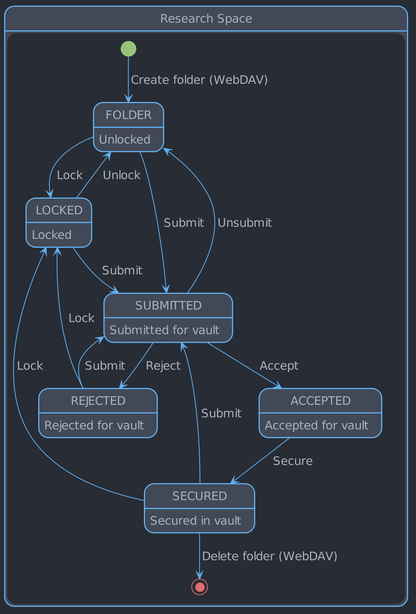
Before: docs/design/overview/img/research/research-space-state-diagram.png, a diagram exported from PlantUML (UtrechtUniversity/yoda).
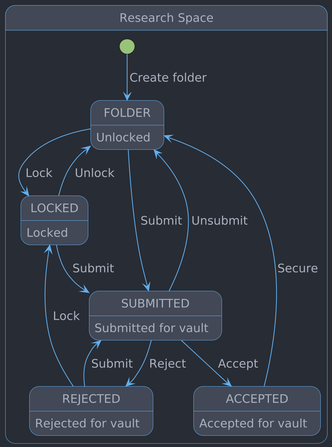
Later version of the same file.

Commit message:
YDA-5842 - Update state and sequence diagrams for research space

What changed in the source:
```diff
@@ -1,164 +1,171 @@
 @startuml
+!$color_bg       = "#282c34"
+!$color_bg_light = "#424856"
 
+!$color_fg       = "#abb2bf"
 
+!$color_red      = "#e06c75"
+!$color_green    = "#98c379"
+!$color_yellow   = "#e5c07b"
+!$color_blue     = "#61afef"
+!$color_purple   = "#c678dd"
 
+!$color_primary  = $color_blue
 
-
-skinparam backgroundColor #282c34
+skinparam backgroundColor $color_bg
 
 skinparam {
-  ActivityBackgroundColor        #424856
-  ActivityBarColor               #abb2bf
-  ActivityBorderColor            #61afef
+  ActivityBackgroundColor        $color_bg_light
+  ActivityBarColor               $color_fg
+  ActivityBorderColor            $color_primary
 
-  ActivityDiamondBackgroundColor #424856
-  ActivityDiamondBorderColor     #61afef
+  ActivityDiamondBackgroundColor $color_bg_light
+  ActivityDiamondBorderColor     $color_primary
 
-  ActivityEndColor               #e06c75
+  ActivityEndColor               $color_red
 
-  ActivityStartColor             #98c379
-  ActivityStopColor              #e06c75
+  ActivityStartColor             $color_green
+  ActivityStopColor              $color_red
 
-  ActorBackgroundColor        #424856
-  ActorBorderColor            #61afef
+  ActorBackgroundColor        $color_bg_light
+  ActorBorderColor            $color_primary
 
-  ActorStereotypeFontColor    #abb2bf
+  ActorStereotypeFontColor    $color_fg
 
-  AgentBackgroundColor       #424856
-  AgentBorderColor           #61afef
+  AgentBackgroundColor       $color_bg_light
+  AgentBorderColor           $color_primary
 
-  ArrowColor #61afef
+  ArrowColor $color_primary
 
-  ArtifactBackgroundColor     #424856
-  ArtifactBorderColor         #61afef
+  ArtifactBackgroundColor     $color_bg_light
+  ArtifactBorderColor         $color_primary
 
-  BackgroundColor #282c34
+  BackgroundColor $color_bg
 
-  BoundaryBackgroundColor     #424856
-  BoundaryBorderColor         #61afef
+  BoundaryBackgroundColor     $color_bg_light
+  BoundaryBorderColor         $color_primary
 
-  CardBackgroundColor     #424856
-  CardBorderColor         #61afef
+  CardBackgroundColor     $color_bg_light
+  CardBorderColor         $color_primary
 
-  ClassBackgroundColor   #424856
-  ClassBorderColor       #abb2bf
+  ClassBackgroundColor   $color_bg_light
+  ClassBorderColor       $color_fg
 
-  CloudBackgroundColor        #424856
-  CloudBorderColor            #61afef
+  CloudBackgroundColor        $color_bg_light
+  CloudBorderColor            $color_primary
 
-  CollectionsBackgroundColor #424856
-  CollectionsBorderColor     #61afef
+  CollectionsBackgroundColor $color_bg_light
+  CollectionsBorderColor     $color_primary
 
-  ComponentBackgroundColor       #424856
-  ComponentBorderColor           #61afef
+  ComponentBackgroundColor       $color_bg_light
+  ComponentBorderColor           $color_primary
 
-  ControlBackgroundColor #424856
-  ControlBorderColor     #61afef
-  ControlFontColor       #abb2bf
+  ControlBackgroundColor $color_bg_light
+  ControlBorderColor     $color_primary
+  ControlFontColor       $color_fg
 
-  ControlStereotypeFontColor #abb2bf
+  ControlStereotypeFontColor $color_fg
 
-  DatabaseBackgroundColor       #424856
-  DatabaseBorderColor           #61afef
+  DatabaseBackgroundColor       $color_bg_light
+  DatabaseBorderColor           $color_primary
 
-  DefaultFontColor #abb2bf
+  DefaultFontColor $color_fg
   DefaultFontSize 15
 
   DefaultFontName CMU Serif
 
   Dpi 200
 
-  EntityBackgroundColor #424856
-  EntityBorderColor     #61afef
+  EntityBackgroundColor $color_bg_light
+  EntityBorderColor     $color_primary
 
-  FileBackgroundColor #424856
-  FileBorderColor     #61afef
+  FileBackgroundColor $color_bg_light
+  FileBorderColor     $color_primary
 
-  FolderBackgroundColor #424856
-  FolderBorderColor     #61afef
+  FolderBackgroundColor $color_bg_light
+  FolderBorderColor     $color_primary
 
-  FrameBackgroundColor       #424856
-  FrameBorderColor           #61afef
+  FrameBackgroundColor       $color_bg_light
+  FrameBorderColor           $color_primary
 
-  HexagonBackgroundColor #424856
-  HexagonBorderColor     #61afef
+  HexagonBackgroundColor $color_bg_light
+  HexagonBorderColor     $color_primary
 
-  InterfaceBackgroundColor       #424856
-  InterfaceBorderColor           #61afef
+  InterfaceBackgroundColor       $color_bg_light
+  InterfaceBorderColor           $color_primary
 
-  LegendBackgroundColor   #424856
-  LegendBorderColor       #abb2bf
+  LegendBackgroundColor   $color_bg_light
+  LegendBorderColor       $color_fg
 
-  NodeBackgroundColor       #424856
-  NodeBorderColor           #61afef
+  NodeBackgroundColor       $color_bg_light
+  NodeBorderColor           $color_primary
 
-  NoteBackgroundColor   #e5c07b
-  NoteBorderColor       #282c34
+  NoteBackgroundColor   $color_yellow
+  NoteBorderColor       $color_bg
 
-  NoteFontColor         #282c34
+  NoteFontColor         $color_bg
 
-  ObjectBackgroundColor       #424856
-  ObjectBorderColor           #61afef
+  ObjectBackgroundColor       $color_bg_light
+  ObjectBorderColor           $color_primary
 
-  PackageBackgroundColor       #282c34
-  PackageBorderColor           #61afef
+  PackageBackgroundColor       $color_bg
+  PackageBorderColor           $color_primary
 
   Padding 2
-  ParticipantBackgroundColor #424856
-  ParticipantBorderColor     #61afef
+  ParticipantBackgroundColor $color_bg_light
+  ParticipantBorderColor     $color_primary
 
   PartitionBackgroundColor transparent
-  PartitionBorderColor     #abb2bf
+  PartitionBorderColor     $color_fg
 
-  PersonBackgroundColor #424856
-  PersonBorderColor     #61afef
+  PersonBackgroundColor $color_bg_light
+  PersonBorderColor     $color_primary
 
-  QueueBackgroundColor       #424856
-  QueueBorderColor           #61afef
+  QueueBackgroundColor       $color_bg_light
+  QueueBorderColor           $color_primary
 
-  RectangleBackgroundColor       #424856
-  RectangleBorderColor           #61afef
+  RectangleBackgroundColor       $color_bg_light
+  RectangleBorderColor           $color_primary
 
-  SequenceBoxBackgroundColor #424856
-  SequenceBoxBorderColor     #61afef
+  SequenceBoxBackgroundColor $color_bg_light
+  SequenceBoxBorderColor     $color_primary
 
-  SequenceDividerBackgroundColor   #424856
-  SequenceDividerBorderColor       #abb2bf
+  SequenceDividerBackgroundColor   $color_bg_light
+  SequenceDividerBorderColor       $color_fg
 
-  SequenceGroupBackgroundColor       #424856
+  SequenceGroupBackgroundColor       $color_bg_light
 
-  SequenceGroupBorderColor           #abb2bf
+  SequenceGroupBorderColor           $color_fg
 
-  SequenceLifeLineBackgroundColor   #282c34
-  SequenceLifeLineBorderColor       #61afef
+  SequenceLifeLineBackgroundColor   $color_bg
+  SequenceLifeLineBorderColor       $color_primary
 
-  SequenceNewpageSeparatorColor  #abb2bf
+  SequenceNewpageSeparatorColor  $color_fg
 
   SequenceReferenceBackgroundColor        transparent
-  SequenceReferenceBorderColor            #abb2bf
+  SequenceReferenceBorderColor            $color_fg
 
-  SequenceReferenceHeaderBackgroundColor #424856
+  SequenceReferenceHeaderBackgroundColor $color_bg_light
 
   Shadowing false
 
-  StackBackgroundColor       #424856
-  StackBorderColor           #61afef
+  StackBackgroundColor       $color_bg_light
+  StackBorderColor           $color_primary
 
-  StateBackgroundColor    #424856
-  StateBorderColor        #61afef
-  StateEndColor           #e06c75
+  StateBackgroundColor    $color_bg_light
+  StateBorderColor        $color_primary
+  StateEndColor           $color_red
 
-  StateStartColor         #98c379
+  StateStartColor         $color_green
 
-  StorageBackgroundColor #424856
-  StorageBorderColor     #abb2bf
+  StorageBackgroundColor $color_bg_light
+  StorageBorderColor     $color_fg
 
-  SwimlaneBorderColor            #abb2bf
+  SwimlaneBorderColor            $color_fg
 
-  UsecaseBackgroundColor       #424856
-  UsecaseBorderColor           #61afef
+  UsecaseBackgroundColor       $color_bg_light
+  UsecaseBorderColor           $color_primary
 }
-
 
 state ResearchSpace as "Research Space" {
   FOLDER : Unlocked
@@ -166,9 +173,8 @@
   SUBMITTED : Submitted for vault
   ACCEPTED : Accepted for vault
   REJECTED : Rejected for vault
-  SECURED : Secured in vault
 
-  [*] --> FOLDER : Create folder (WebDAV)
+  [*] --> FOLDER : Create folder
   FOLDER --> LOCKED : Lock
   FOLDER --> SUBMITTED : Submit
   LOCKED --> FOLDER : Unlock
@@ -178,10 +184,6 @@
   SUBMITTED --> REJECTED : Reject
   REJECTED --> LOCKED : Lock
   REJECTED --> SUBMITTED : Submit
-  ACCEPTED --> SECURED : Secure
-  SECURED --> LOCKED : Lock
-  SECURED --> SUBMITTED : Submit
-  SECURED --> [*] : Delete folder (WebDAV)
+  ACCEPTED --> FOLDER : Secure
 }
-
 @enduml
```
